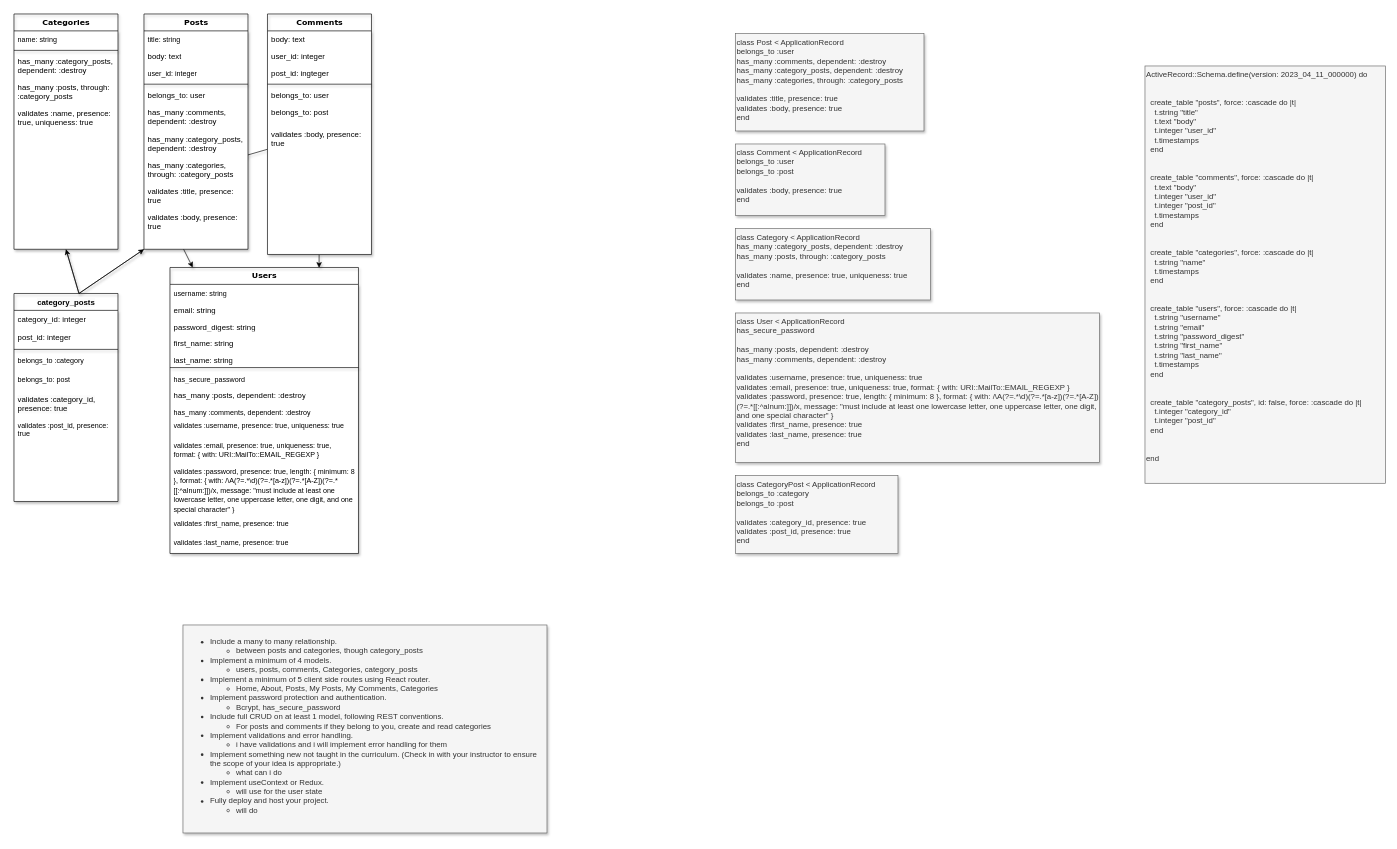
Before: page "Back End" (1 of 2) of Untitled Diagram.drawio in mendelr20/phase-5-project, a draw.io diagram. Source tidied: cells renumbered, new cells numbered last; positions are measured from the earlier drawing's top-left corner, leaving out a move shared by most shapes. Both pictures are drawn from the tidied source at 65%, with x=0, y=0 at pixel (14, 14).
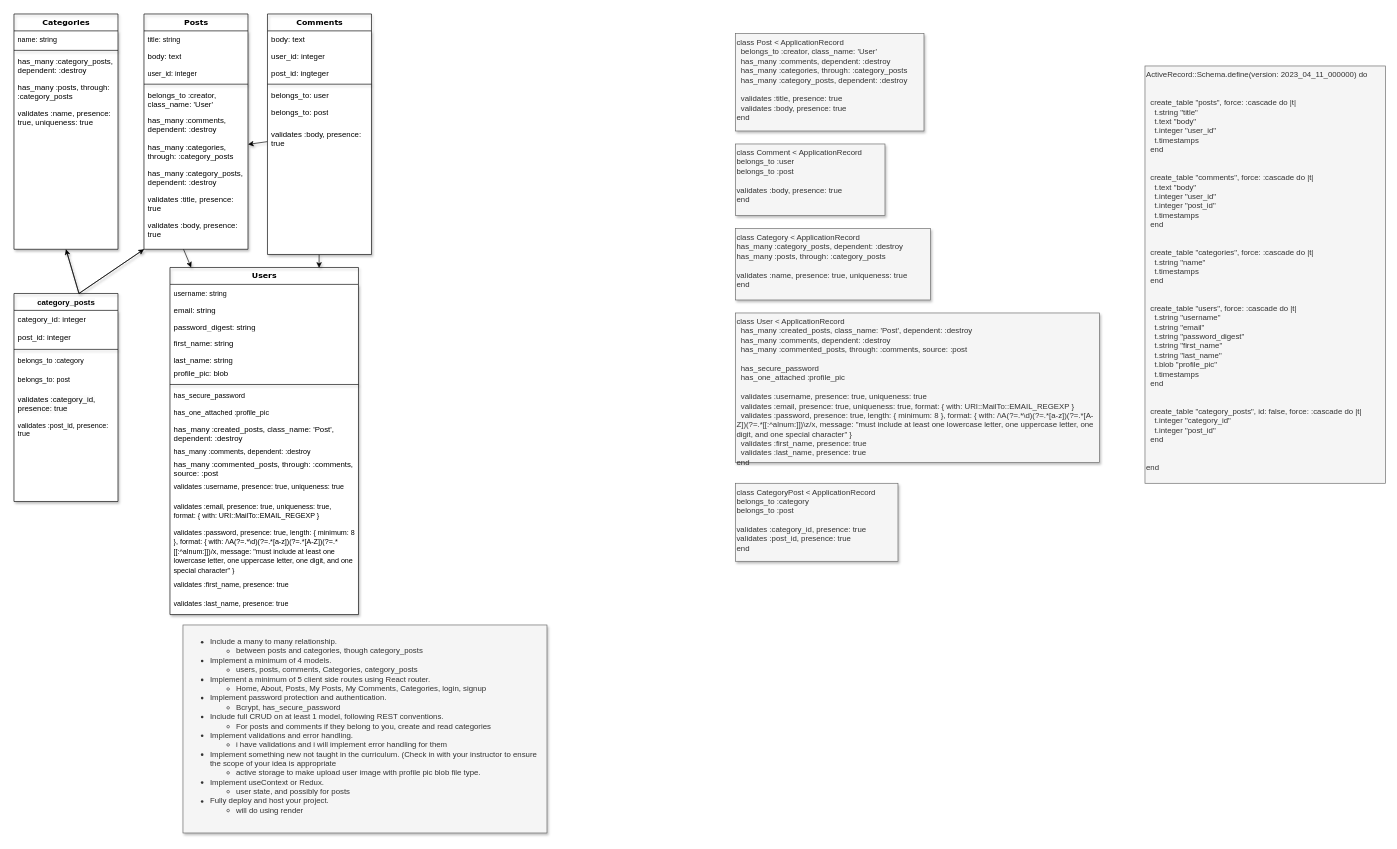
The same diagram, later.

Unchanged cells that the change refers to:
```xml
<mxCell id="44" value="Posts" style="swimlane;html=1;fontStyle=1;align=center;verticalAlign=top;horizontal=1;startSize=26;swimlaneFillColor=#ffffff;rounded=0;shadow=1;comic=0;labelBackgroundColor=none;strokeWidth=1;fillColor=none;fontFamily=Verdana;fontSize=12;swimlaneLine=1;" parent="1" vertex="1">
  <mxGeometry x="200" width="160" height="362" as="geometry" />
</mxCell>
```

Diff of the diagram source:
```diff
@@
     <mxCell id="2" value="Users" style="swimlane;html=1;fontStyle=1;align=center;verticalAlign=middle;horizontal=1;startSize=26;swimlaneFillColor=#ffffff;rounded=0;shadow=1;comic=0;labelBackgroundColor=none;strokeWidth=1;fillColor=none;fontFamily=Verdana;fontSize=12;swimlaneLine=1;" parent="1" vertex="1">
-      <mxGeometry x="240" y="390" width="290" height="440" as="geometry" />
+      <mxGeometry x="240" y="390" width="290" height="534" as="geometry" />
     </mxCell>
@@
+    <mxCell id="62" value="profile_pic: blob" style="text;html=1;strokeColor=none;fillColor=none;align=left;verticalAlign=top;spacingLeft=4;spacingRight=4;whiteSpace=wrap;overflow=hidden;swimlaneLine=1;shadow=1;" parent="2" vertex="1">
+      <mxGeometry y="150" width="290" height="26" as="geometry" />
+    </mxCell>
     <mxCell id="8" style="line;html=1;strokeWidth=1;fillColor=none;align=left;verticalAlign=middle;spacingTop=-1;spacingLeft=3;spacingRight=3;labelPosition=right;swimlaneLine=1;shadow=1;" parent="2" vertex="1">
-      <mxGeometry y="150" width="290" height="8" as="geometry" />
+      <mxGeometry y="176" width="290" height="8" as="geometry" />
     </mxCell>
     <mxCell id="9" value="&lt;font style=&quot;font-size: 11px;&quot;&gt;has_secure_password&lt;br&gt;&lt;/font&gt;" style="text;html=1;strokeColor=none;fillColor=none;align=left;verticalAlign=top;spacingLeft=4;spacingRight=4;whiteSpace=wrap;overflow=hidden;swimlaneLine=1;shadow=1;" parent="2" vertex="1">
-      <mxGeometry y="158" width="290" height="26" as="geometry" />
+      <mxGeometry y="184" width="290" height="26" as="geometry" />
     </mxCell>
+    <mxCell id="63" value="&lt;font style=&quot;font-size: 11px;&quot;&gt;has_one_attached :profile_pic&lt;br&gt;&lt;/font&gt;" style="text;html=1;strokeColor=none;fillColor=none;align=left;verticalAlign=top;spacingLeft=4;spacingRight=4;whiteSpace=wrap;overflow=hidden;swimlaneLine=1;shadow=1;" parent="2" vertex="1">
+      <mxGeometry y="210" width="290" height="26" as="geometry" />
+    </mxCell>
-    <mxCell id="10" value="has_many :posts, dependent: :destroy" style="text;html=1;strokeColor=none;fillColor=none;align=left;verticalAlign=top;spacingLeft=4;spacingRight=4;whiteSpace=wrap;overflow=hidden;swimlaneLine=1;shadow=1;" parent="2" vertex="1">
-      <mxGeometry y="184" width="290" height="26" as="geometry" />
+    <mxCell id="10" value="has_many :created_posts, class_name: 'Post', dependent: :destroy" style="text;html=1;strokeColor=none;fillColor=none;align=left;verticalAlign=top;spacingLeft=4;spacingRight=4;whiteSpace=wrap;overflow=hidden;swimlaneLine=1;shadow=1;" parent="2" vertex="1">
+      <mxGeometry y="236" width="290" height="34" as="geometry" />
     </mxCell>
     <mxCell id="11" value="&lt;font style=&quot;font-size: 11px;&quot;&gt;has_many :comments, dependent: :destroy&lt;br&gt;&lt;/font&gt;" style="text;html=1;strokeColor=none;fillColor=none;align=left;verticalAlign=top;spacingLeft=4;spacingRight=4;whiteSpace=wrap;overflow=hidden;swimlaneLine=1;shadow=1;" parent="2" vertex="1">
-      <mxGeometry y="210" width="290" height="20" as="geometry" />
+      <mxGeometry y="270" width="290" height="20" as="geometry" />
     </mxCell>
+    <mxCell id="64" value="has_many :commented_posts, through: :comments, source: :post" style="text;html=1;strokeColor=none;fillColor=none;align=left;verticalAlign=top;spacingLeft=4;spacingRight=4;whiteSpace=wrap;overflow=hidden;swimlaneLine=1;shadow=1;" parent="2" vertex="1">
+      <mxGeometry y="290" width="290" height="34" as="geometry" />
+    </mxCell>
     <mxCell id="12" value="&lt;font style=&quot;font-size: 11px;&quot;&gt;validates :username, presence: true, uniqueness: true&lt;br&gt;&lt;/font&gt;" style="text;html=1;strokeColor=none;fillColor=none;align=left;verticalAlign=top;spacingLeft=4;spacingRight=4;whiteSpace=wrap;overflow=hidden;swimlaneLine=1;shadow=1;" parent="2" vertex="1">
-      <mxGeometry y="230" width="290" height="30" as="geometry" />
+      <mxGeometry y="324" width="290" height="30" as="geometry" />
     </mxCell>
     <mxCell id="13" value="&lt;font style=&quot;font-size: 11px;&quot;&gt;validates :email, presence: true, uniqueness: true, format: { with: URI::MailTo::EMAIL_REGEXP }&lt;br&gt;&lt;/font&gt;" style="text;html=1;strokeColor=none;fillColor=none;align=left;verticalAlign=top;spacingLeft=4;spacingRight=4;whiteSpace=wrap;overflow=hidden;swimlaneLine=1;shadow=1;" parent="2" vertex="1">
-      <mxGeometry y="260" width="290" height="40" as="geometry" />
+      <mxGeometry y="354" width="290" height="40" as="geometry" />
     </mxCell>
     <mxCell id="14" value="&lt;font style=&quot;font-size: 11px;&quot;&gt;validates :password, presence: true, length: { minimum: 8 }, format: { with: /\A(?=.*\d)(?=.*[a-z])(?=.*[A-Z])(?=.*[[:^alnum:]])/x, message: &quot;must include at least one lowercase letter, one uppercase letter, one digit, and one special character&quot; }&lt;br&gt;&lt;/font&gt;" style="text;html=1;strokeColor=none;fillColor=none;align=left;verticalAlign=top;spacingLeft=4;spacingRight=4;whiteSpace=wrap;overflow=hidden;swimlaneLine=1;shadow=1;" parent="2" vertex="1">
-      <mxGeometry y="300" width="290" height="80" as="geometry" />
+      <mxGeometry y="394" width="290" height="80" as="geometry" />
     </mxCell>
     <mxCell id="15" value="&lt;font style=&quot;font-size: 11px;&quot;&gt;validates :first_name, presence: true&lt;br&gt;&lt;/font&gt;" style="text;html=1;strokeColor=none;fillColor=none;align=left;verticalAlign=top;spacingLeft=4;spacingRight=4;whiteSpace=wrap;overflow=hidden;swimlaneLine=1;shadow=1;" parent="2" vertex="1">
-      <mxGeometry y="380" width="290" height="30" as="geometry" />
+      <mxGeometry y="474" width="290" height="30" as="geometry" />
     </mxCell>
     <mxCell id="16" value="&lt;font style=&quot;font-size: 11px;&quot;&gt;validates :last_name, presence: true&lt;br&gt;&lt;/font&gt;" style="text;html=1;strokeColor=none;fillColor=none;align=left;verticalAlign=top;spacingLeft=4;spacingRight=4;whiteSpace=wrap;overflow=hidden;swimlaneLine=1;shadow=1;" parent="2" vertex="1">
-      <mxGeometry y="410" width="290" height="30" as="geometry" />
+      <mxGeometry y="504" width="290" height="30" as="geometry" />
     </mxCell>
@@
-    <mxCell id="49" value="belongs_to: user&lt;br&gt;" style="text;html=1;strokeColor=none;fillColor=none;align=left;verticalAlign=top;spacingLeft=4;spacingRight=4;whiteSpace=wrap;overflow=hidden;swimlaneLine=1;shadow=1;" parent="44" vertex="1">
-      <mxGeometry y="112" width="160" height="26" as="geometry" />
+    <mxCell id="49" value="belongs_to :creator, class_name: 'User'" style="text;html=1;strokeColor=none;fillColor=none;align=left;verticalAlign=top;spacingLeft=4;spacingRight=4;whiteSpace=wrap;overflow=hidden;swimlaneLine=1;shadow=1;" parent="44" vertex="1">
+      <mxGeometry y="112" width="160" height="38" as="geometry" />
     </mxCell>
     <mxCell id="50" value="has_many :comments, dependent: :destroy" style="text;html=1;strokeColor=none;fillColor=none;align=left;verticalAlign=top;spacingLeft=4;spacingRight=4;whiteSpace=wrap;overflow=hidden;swimlaneLine=1;shadow=1;" parent="44" vertex="1">
-      <mxGeometry y="138" width="160" height="42" as="geometry" />
+      <mxGeometry y="150" width="160" height="42" as="geometry" />
     </mxCell>
+    <mxCell id="52" value="has_many :categories, through: :category_posts" style="text;html=1;strokeColor=none;fillColor=none;align=left;verticalAlign=top;spacingLeft=4;spacingRight=4;whiteSpace=wrap;overflow=hidden;points=[[0,0.5],[1,0.5]];portConstraint=eastwest;swimlaneLine=1;shadow=1;" parent="44" vertex="1">
+      <mxGeometry y="192" width="160" height="40" as="geometry" />
+    </mxCell>
     <mxCell id="51" value="has_many :category_posts, dependent: :destroy" style="text;html=1;strokeColor=none;fillColor=none;align=left;verticalAlign=top;spacingLeft=4;spacingRight=4;whiteSpace=wrap;overflow=hidden;swimlaneLine=1;shadow=1;" parent="44" vertex="1">
-      <mxGeometry y="180" width="160" height="40" as="geometry" />
+      <mxGeometry y="232" width="160" height="40" as="geometry" />
     </mxCell>
-    <mxCell id="52" value="has_many :categories, through: :category_posts" style="text;html=1;strokeColor=none;fillColor=none;align=left;verticalAlign=top;spacingLeft=4;spacingRight=4;whiteSpace=wrap;overflow=hidden;points=[[0,0.5],[1,0.5]];portConstraint=eastwest;swimlaneLine=1;shadow=1;" parent="44" vertex="1">
-      <mxGeometry y="220" width="160" height="40" as="geometry" />
-    </mxCell>
     <mxCell id="53" value="validates :title, presence: true" style="text;html=1;strokeColor=none;fillColor=none;align=left;verticalAlign=top;spacingLeft=4;spacingRight=4;whiteSpace=wrap;overflow=hidden;swimlaneLine=1;shadow=1;" parent="44" vertex="1">
-      <mxGeometry y="260" width="160" height="40" as="geometry" />
+      <mxGeometry y="272" width="160" height="40" as="geometry" />
     </mxCell>
     <mxCell id="54" value="validates :body, presence: true" style="text;html=1;strokeColor=none;fillColor=none;align=left;verticalAlign=top;spacingLeft=4;spacingRight=4;whiteSpace=wrap;overflow=hidden;swimlaneLine=1;shadow=1;" parent="44" vertex="1">
-      <mxGeometry y="300" width="160" height="40" as="geometry" />
+      <mxGeometry y="312" width="160" height="40" as="geometry" />
     </mxCell>
-    <mxCell id="55" value="ActiveRecord::Schema.define(version: 2023_04_11_000000) do&#10;&#10;&#10;  create_table &quot;posts&quot;, force: :cascade do |t|&#10;    t.string &quot;title&quot;&#10;    t.text &quot;body&quot;&#10;    t.integer &quot;user_id&quot;&#10;    t.timestamps&#10;  end&#10;&#10;&#10;  create_table &quot;comments&quot;, force: :cascade do |t|&#10;    t.text &quot;body&quot;&#10;    t.integer &quot;user_id&quot;&#10;    t.integer &quot;post_id&quot;&#10;    t.timestamps&#10;  end&#10;&#10;&#10;  create_table &quot;categories&quot;, force: :cascade do |t|&#10;    t.string &quot;name&quot;&#10;    t.timestamps&#10;  end&#10;&#10;&#10;  create_table &quot;users&quot;, force: :cascade do |t|&#10;    t.string &quot;username&quot;&#10;    t.string &quot;email&quot;&#10;    t.string &quot;password_digest&quot;&#10;    t.string &quot;first_name&quot;&#10;    t.string &quot;last_name&quot;&#10;    t.timestamps&#10;  end&#10;&#10;&#10;  create_table &quot;category_posts&quot;, id: false, force: :cascade do |t|&#10;    t.integer &quot;category_id&quot;&#10;    t.integer &quot;post_id&quot;&#10;  end&#10;&#10;&#10;end" style="text;whiteSpace=wrap;html=1;fillColor=#f5f5f5;fontColor=#333333;strokeColor=#666666;" parent="1" vertex="1">
+    <mxCell id="55" value="ActiveRecord::Schema.define(version: 2023_04_11_000000) do&lt;br&gt;&lt;br&gt;&lt;br&gt;&amp;nbsp; create_table &quot;posts&quot;, force: :cascade do |t|&lt;br&gt;&amp;nbsp; &amp;nbsp; t.string &quot;title&quot;&lt;br&gt;&amp;nbsp; &amp;nbsp; t.text &quot;body&quot;&lt;br&gt;&amp;nbsp; &amp;nbsp; t.integer &quot;user_id&quot;&lt;br&gt;&amp;nbsp; &amp;nbsp; t.timestamps&lt;br&gt;&amp;nbsp; end&lt;br&gt;&lt;br&gt;&lt;br&gt;&amp;nbsp; create_table &quot;comments&quot;, force: :cascade do |t|&lt;br&gt;&amp;nbsp; &amp;nbsp; t.text &quot;body&quot;&lt;br&gt;&amp;nbsp; &amp;nbsp; t.integer &quot;user_id&quot;&lt;br&gt;&amp;nbsp; &amp;nbsp; t.integer &quot;post_id&quot;&lt;br&gt;&amp;nbsp; &amp;nbsp; t.timestamps&lt;br&gt;&amp;nbsp; end&lt;br&gt;&lt;br&gt;&lt;br&gt;&amp;nbsp; create_table &quot;categories&quot;, force: :cascade do |t|&lt;br&gt;&amp;nbsp; &amp;nbsp; t.string &quot;name&quot;&lt;br&gt;&amp;nbsp; &amp;nbsp; t.timestamps&lt;br&gt;&amp;nbsp; end&lt;br&gt;&lt;br&gt;&lt;br&gt;&amp;nbsp; create_table &quot;users&quot;, force: :cascade do |t|&lt;br&gt;&amp;nbsp; &amp;nbsp; t.string &quot;username&quot;&lt;br&gt;&amp;nbsp; &amp;nbsp; t.string &quot;email&quot;&lt;br&gt;&amp;nbsp; &amp;nbsp; t.string &quot;password_digest&quot;&lt;br&gt;&amp;nbsp; &amp;nbsp; t.string &quot;first_name&quot;&lt;br&gt;&amp;nbsp; &amp;nbsp; t.string &quot;last_name&quot;&lt;br&gt;&amp;nbsp; &amp;nbsp; t.blob &quot;profile_pic&quot;&lt;br&gt;&amp;nbsp; &amp;nbsp; t.timestamps&lt;br&gt;&amp;nbsp; end&lt;br&gt;&lt;br&gt;&lt;br&gt;&amp;nbsp; create_table &quot;category_posts&quot;, id: false, force: :cascade do |t|&lt;br&gt;&amp;nbsp; &amp;nbsp; t.integer &quot;category_id&quot;&lt;br&gt;&amp;nbsp; &amp;nbsp; t.integer &quot;post_id&quot;&lt;br&gt;&amp;nbsp; end&lt;br&gt;&lt;br&gt;&lt;br&gt;end" style="text;whiteSpace=wrap;html=1;fillColor=#f5f5f5;fontColor=#333333;strokeColor=#666666;" parent="1" vertex="1">
       <mxGeometry x="1740" y="80" width="370" height="642" as="geometry" />
     </mxCell>
-    <mxCell id="56" value="class User &lt; ApplicationRecord&#10;  has_secure_password&#10;&#10;  has_many :posts, dependent: :destroy&#10;  has_many :comments, dependent: :destroy&#10;&#10;  validates :username, presence: true, uniqueness: true&#10;  validates :email, presence: true, uniqueness: true, format: { with: URI::MailTo::EMAIL_REGEXP }&#10;  validates :password, presence: true, length: { minimum: 8 }, format: { with: /\A(?=.*\d)(?=.*[a-z])(?=.*[A-Z])(?=.*[[:^alnum:]])/x, message: &quot;must include at least one lowercase letter, one uppercase letter, one digit, and one special character&quot; }&#10;  validates :first_name, presence: true&#10;  validates :last_name, presence: true&#10;end" style="text;whiteSpace=wrap;html=1;fillColor=#f5f5f5;fontColor=#333333;strokeColor=#666666;shadow=1;" parent="1" vertex="1">
+    <mxCell id="56" value="&lt;div&gt;&lt;div&gt;class User &amp;lt; ApplicationRecord&lt;/div&gt;&lt;div&gt;&amp;nbsp; has_many :created_posts, class_name: 'Post', dependent: :destroy&lt;/div&gt;&lt;div&gt;&amp;nbsp; has_many :comments, dependent: :destroy&lt;/div&gt;&lt;div&gt;&amp;nbsp; has_many :commented_posts, through: :comments, source: :post&lt;/div&gt;&lt;div&gt;&lt;br&gt;&lt;/div&gt;&lt;div&gt;&amp;nbsp; has_secure_password&lt;/div&gt;&lt;div&gt;&amp;nbsp; has_one_attached :profile_pic&lt;/div&gt;&lt;div&gt;&lt;br&gt;&lt;/div&gt;&lt;div&gt;&amp;nbsp; validates :username, presence: true, uniqueness: true&lt;/div&gt;&lt;div&gt;&amp;nbsp; validates :email, presence: true, uniqueness: true, format: { with: URI::MailTo::EMAIL_REGEXP }&lt;/div&gt;&lt;div&gt;&amp;nbsp; validates :password, presence: true, length: { minimum: 8 }, format: { with: /\A(?=.*\d)(?=.*[a-z])(?=.*[A-Z])(?=.*[[:^alnum:]])\z/x, message: &quot;must include at least one lowercase letter, one uppercase letter, one digit, and one special character&quot; }&lt;/div&gt;&lt;div&gt;&amp;nbsp; validates :first_name, presence: true&lt;/div&gt;&lt;div&gt;&amp;nbsp; validates :last_name, presence: true&lt;/div&gt;&lt;div&gt;end&lt;/div&gt;&lt;/div&gt;&lt;div&gt;&lt;br&gt;&lt;/div&gt;" style="text;whiteSpace=wrap;html=1;fillColor=#f5f5f5;fontColor=#333333;strokeColor=#666666;shadow=1;" parent="1" vertex="1">
       <mxGeometry x="1110" y="460" width="560" height="230" as="geometry" />
     </mxCell>
-    <mxCell id="57" value="class Post &lt; ApplicationRecord&#10;  belongs_to :user&#10;  has_many :comments, dependent: :destroy&#10;  has_many :category_posts, dependent: :destroy&#10;  has_many :categories, through: :category_posts&#10;&#10;  validates :title, presence: true&#10;  validates :body, presence: true&#10;end" style="text;whiteSpace=wrap;html=1;fillColor=#f5f5f5;fontColor=#333333;strokeColor=#666666;shadow=1;" parent="1" vertex="1">
+    <mxCell id="57" value="&lt;div&gt;class Post &amp;lt; ApplicationRecord&lt;/div&gt;&lt;div&gt;&amp;nbsp; belongs_to :creator, class_name: 'User'&lt;/div&gt;&lt;div&gt;&amp;nbsp; has_many :comments, dependent: :destroy&lt;/div&gt;&lt;div&gt;&amp;nbsp; has_many :categories, through: :category_posts&lt;/div&gt;&lt;div&gt;&amp;nbsp; has_many :category_posts, dependent: :destroy&lt;/div&gt;&lt;div&gt;&lt;br&gt;&lt;/div&gt;&lt;div&gt;&amp;nbsp; validates :title, presence: true&lt;/div&gt;&lt;div&gt;&amp;nbsp; validates :body, presence: true&lt;/div&gt;&lt;div&gt;end&lt;/div&gt;&lt;div&gt;&lt;br&gt;&lt;/div&gt;" style="text;whiteSpace=wrap;html=1;fillColor=#f5f5f5;fontColor=#333333;strokeColor=#666666;shadow=1;" parent="1" vertex="1">
       <mxGeometry x="1110" y="30" width="290" height="150" as="geometry" />
     </mxCell>
@@
     <mxCell id="60" value="class CategoryPost &lt; ApplicationRecord&#10;  belongs_to :category&#10;  belongs_to :post&#10;&#10;  validates :category_id, presence: true&#10;  validates :post_id, presence: true&#10;end" style="text;whiteSpace=wrap;html=1;fillColor=#f5f5f5;fontColor=#333333;strokeColor=#666666;shadow=1;" parent="1" vertex="1">
-      <mxGeometry x="1110" y="710" width="250" height="120" as="geometry" />
+      <mxGeometry x="1110" y="722" width="250" height="120" as="geometry" />
     </mxCell>
-    <mxCell id="61" value="&lt;ul&gt;&lt;li&gt;Include a many to many relationship.&lt;/li&gt;&lt;ul&gt;&lt;li&gt;between posts and categories, though category_posts&lt;/li&gt;&lt;/ul&gt;&lt;li&gt;Implement a minimum of 4 models.&lt;/li&gt;&lt;ul&gt;&lt;li&gt;users, posts, comments,&amp;nbsp;Categories,&amp;nbsp;category_posts&lt;/li&gt;&lt;/ul&gt;&lt;li&gt;Implement a minimum of 5 client side routes using React router.&lt;/li&gt;&lt;ul&gt;&lt;li&gt;Home, About, Posts, My Posts, My Comments, Categories&lt;/li&gt;&lt;/ul&gt;&lt;li&gt;Implement password protection and authentication.&lt;/li&gt;&lt;ul&gt;&lt;li&gt;Bcrypt, has_secure_password&lt;/li&gt;&lt;/ul&gt;&lt;li&gt;Include full CRUD on at least 1 model, following REST conventions.&lt;/li&gt;&lt;ul&gt;&lt;li&gt;For posts and comments if they belong to you, create and read categories&lt;/li&gt;&lt;/ul&gt;&lt;li&gt;Implement validations and error handling.&lt;/li&gt;&lt;ul&gt;&lt;li&gt;i have validations and i will implement error handling for them&lt;/li&gt;&lt;/ul&gt;&lt;li&gt;Implement something new not taught in the curriculum. (Check in with your instructor to ensure the scope of your idea is appropriate.)&lt;/li&gt;&lt;ul&gt;&lt;li&gt;what can i do&lt;/li&gt;&lt;/ul&gt;&lt;li&gt;Implement useContext or Redux.&lt;/li&gt;&lt;ul&gt;&lt;li&gt;will use for the user state&lt;/li&gt;&lt;/ul&gt;&lt;li&gt;Fully deploy and host your project.&lt;/li&gt;&lt;ul&gt;&lt;li&gt;will do&lt;/li&gt;&lt;/ul&gt;&lt;/ul&gt;" style="text;whiteSpace=wrap;html=1;fillColor=#f5f5f5;fontColor=#333333;strokeColor=#666666;shadow=1;" parent="1" vertex="1">
+    <mxCell id="61" value="&lt;ul&gt;&lt;li&gt;Include a many to many relationship.&lt;/li&gt;&lt;ul&gt;&lt;li&gt;between posts and categories, though category_posts&lt;/li&gt;&lt;/ul&gt;&lt;li&gt;Implement a minimum of 4 models.&lt;/li&gt;&lt;ul&gt;&lt;li&gt;users, posts, comments,&amp;nbsp;Categories,&amp;nbsp;category_posts&lt;/li&gt;&lt;/ul&gt;&lt;li&gt;Implement a minimum of 5 client side routes using React router.&lt;/li&gt;&lt;ul&gt;&lt;li&gt;Home, About, Posts, My Posts, My Comments, Categories, login, signup&lt;/li&gt;&lt;/ul&gt;&lt;li&gt;Implement password protection and authentication.&lt;/li&gt;&lt;ul&gt;&lt;li&gt;Bcrypt, has_secure_password&lt;/li&gt;&lt;/ul&gt;&lt;li&gt;Include full CRUD on at least 1 model, following REST conventions.&lt;/li&gt;&lt;ul&gt;&lt;li&gt;For posts and comments if they belong to you, create and read categories&lt;/li&gt;&lt;/ul&gt;&lt;li&gt;Implement validations and error handling.&lt;/li&gt;&lt;ul&gt;&lt;li&gt;i have validations and i will implement error handling for them&lt;/li&gt;&lt;/ul&gt;&lt;li&gt;Implement something new not taught in the curriculum. (Check in with your instructor to ensure the scope of your idea is appropriate&lt;/li&gt;&lt;ul&gt;&lt;li&gt;active storage to make upload user image with profile pic blob file type.&lt;/li&gt;&lt;/ul&gt;&lt;li&gt;Implement useContext or Redux.&lt;/li&gt;&lt;ul&gt;&lt;li&gt;user state, and possibly for posts&lt;/li&gt;&lt;/ul&gt;&lt;li&gt;Fully deploy and host your project.&lt;/li&gt;&lt;ul&gt;&lt;li&gt;will do using render&lt;/li&gt;&lt;/ul&gt;&lt;/ul&gt;" style="text;whiteSpace=wrap;html=1;fillColor=#f5f5f5;fontColor=#333333;strokeColor=#666666;shadow=1;" parent="1" vertex="1">
       <mxGeometry x="260" y="940" width="560" height="320" as="geometry" />
     </mxCell>
```
